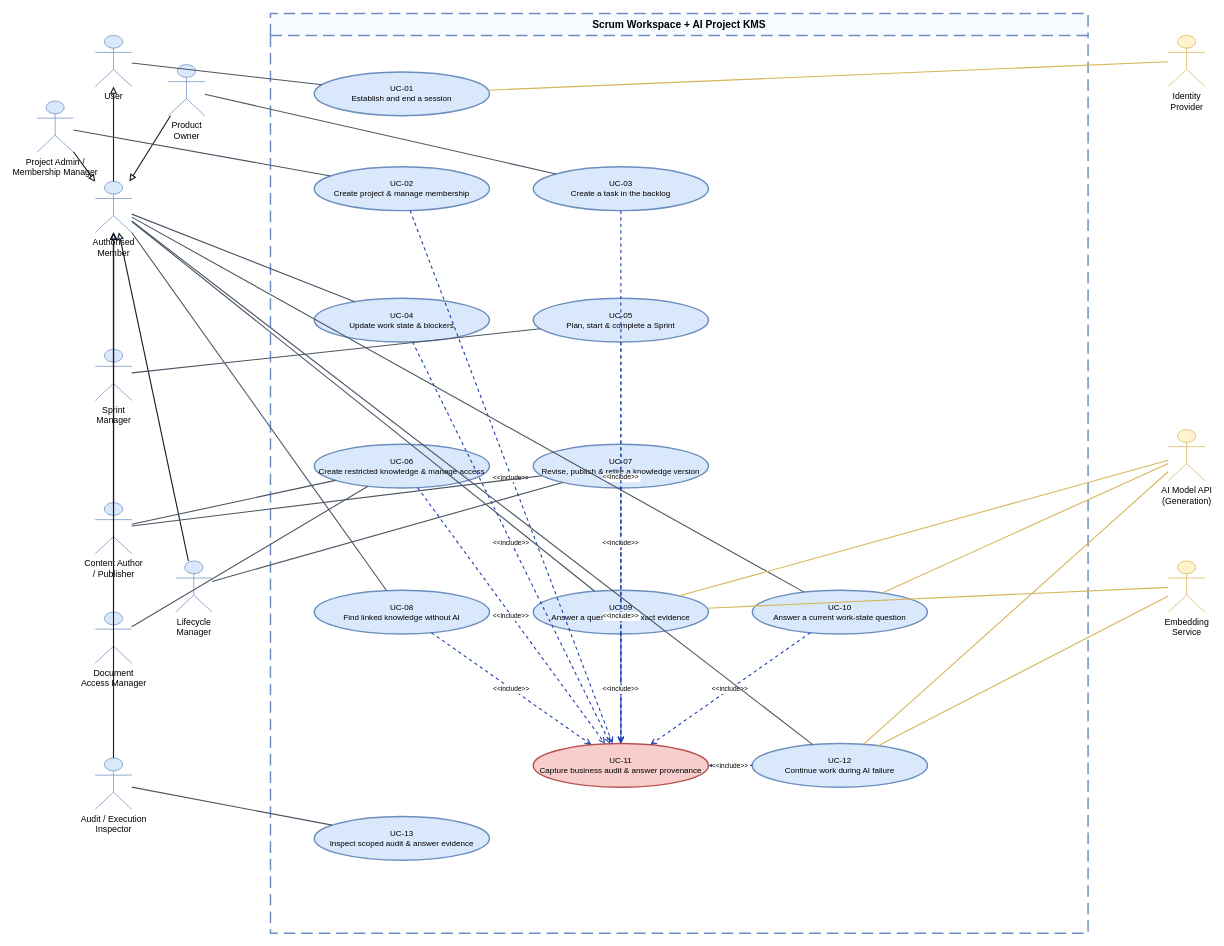
This is docs/sdlc/diagrams/use-case/use-case-diagram.drawio from 900M100CK/scrum-workspace-KMS-ai, a draw.io file, before an edit. Source tidied: cells renumbered, new cells numbered last; positions are measured from the earlier drawing's top-left corner, leaving out a move shared by most shapes. Both pictures are drawn from the tidied source at 73%, with x=0, y=0 at pixel (36, 13).
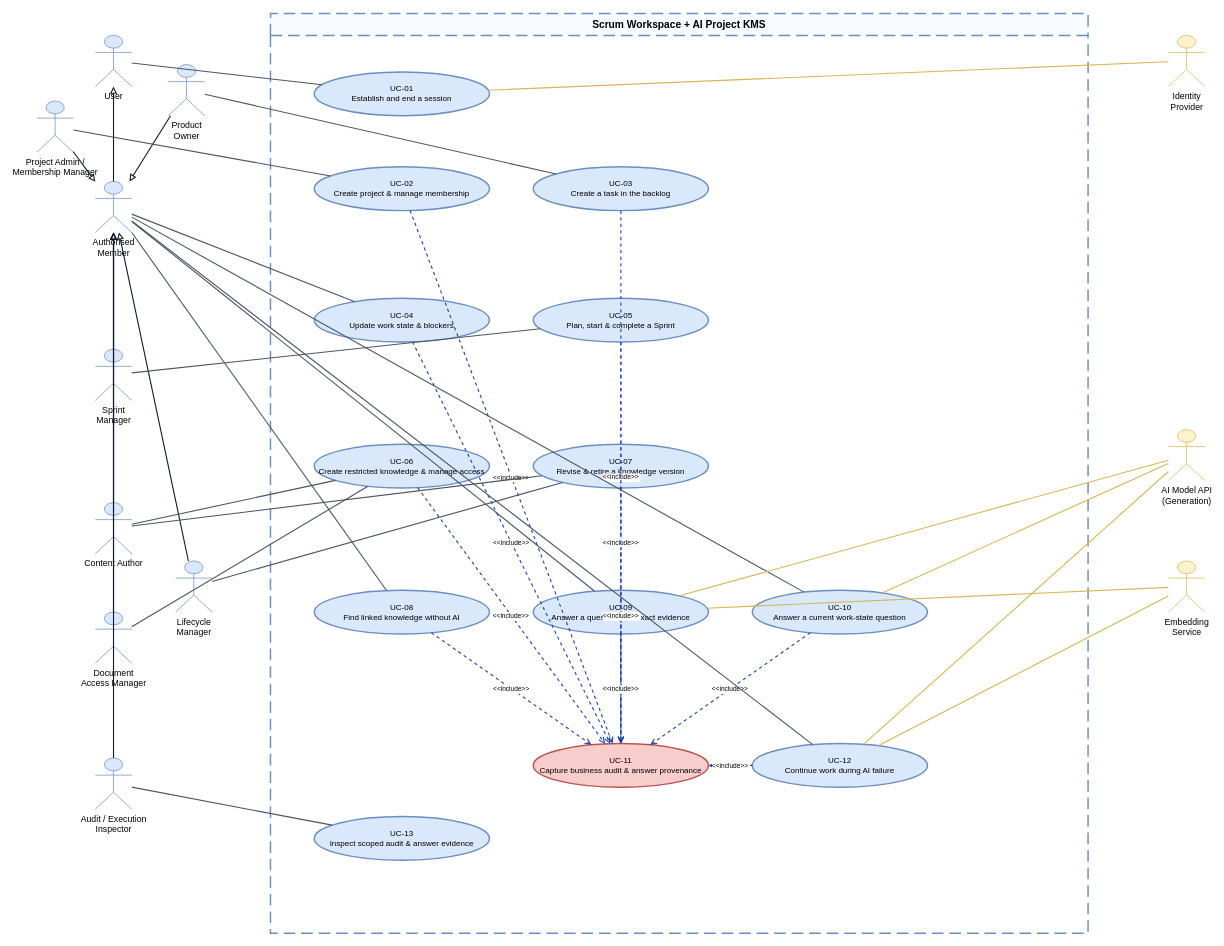
The same page after the edit.

The change refers to these unchanged cells:
```xml
<mxCell id="2" value="Scrum Workspace + AI Project KMS" style="swimlane;startSize=30;dashed=1;dashPattern=8 4;fillColor=#f8fbff;strokeColor=#6c8ebf;verticalAlign=top;fontSize=14;fontStyle=1;strokeWidth=2;" parent="1" vertex="1">
  <mxGeometry x="320" width="1120" height="1260" as="geometry" />
</mxCell>
```

Diff of the diagram source:
```diff
@@
-    <mxCell id="9" value="UC-07&#10;Revise, publish &amp; retire a knowledge version" style="ellipse;whiteSpace=wrap;html=1;fillColor=#dae8fc;strokeColor=#6c8ebf;strokeWidth=2;fontSize=11;" parent="2" vertex="1">
+    <mxCell id="9" value="UC-07&#10;Revise &amp; retire a knowledge version" style="ellipse;whiteSpace=wrap;html=1;fillColor=#dae8fc;strokeColor=#6c8ebf;strokeWidth=2;fontSize=11;" parent="2" vertex="1">
       <mxGeometry x="360" y="590" width="240" height="60" as="geometry" />
     </mxCell>
@@
-    <mxCell id="29" value="Content Author&#10;/ Publisher" style="shape=umlActor;verticalLabelPosition=bottom;verticalAlign=top;html=1;outlineConnect=0;fillColor=#dae8fc;strokeColor=#6c8ebf;" parent="1" vertex="1">
+    <mxCell id="29" value="Content Author" style="shape=umlActor;verticalLabelPosition=bottom;verticalAlign=top;html=1;outlineConnect=0;fillColor=#dae8fc;strokeColor=#6c8ebf;" parent="1" vertex="1">
       <mxGeometry x="80" y="670" width="50" height="70" as="geometry" />
     </mxCell>
```
